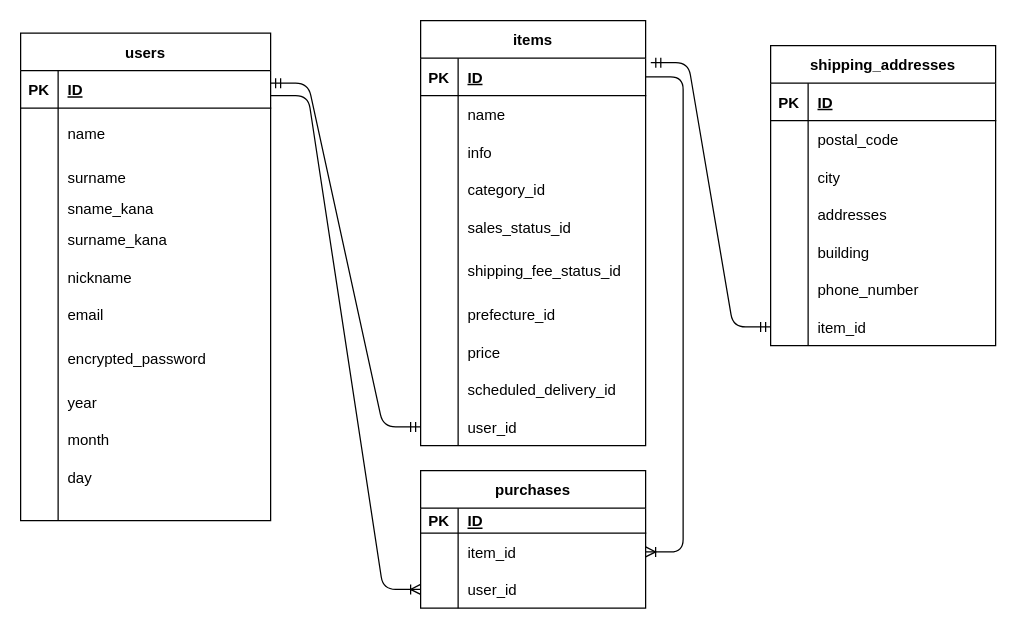
kuragekamaboko/furima-38998 keeps this draw.io diagram as db.dio. Above is the earlier version. Source tidied: cells renumbered, new cells numbered last; positions are measured from the earlier drawing's top-left corner, leaving out a move shared by most shapes. Both pictures are drawn from the tidied source at 125%, with x=0, y=0 at pixel (20, 20).
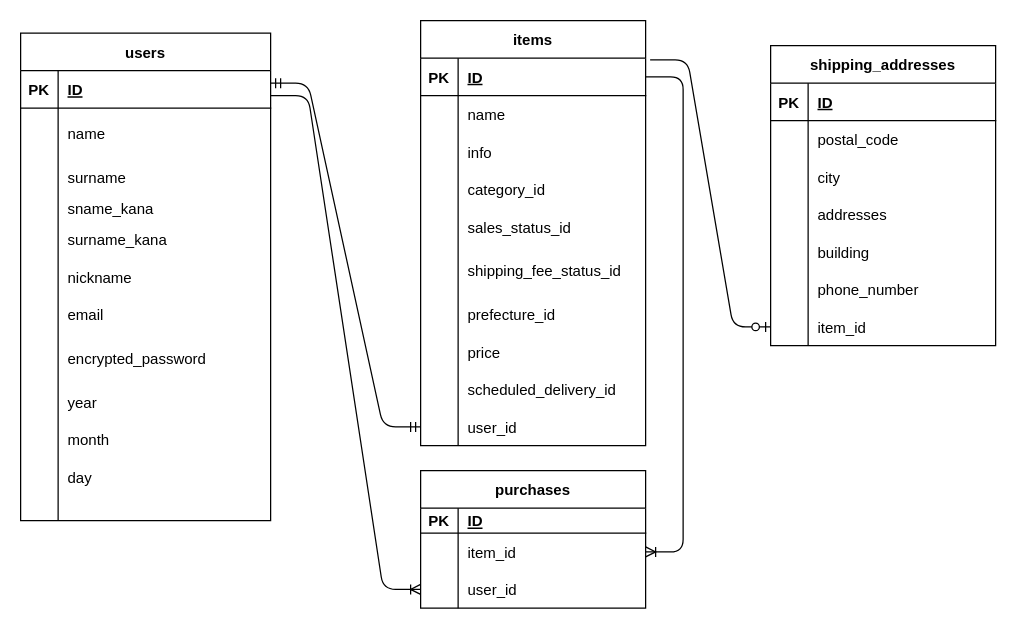
The same page after the edit.

The change refers to these unchanged cells:
```xml
<mxCell id="40" style="shape=tableRow;horizontal=0;startSize=0;swimlaneHead=0;swimlaneBody=0;fillColor=none;points=[[0,0.5],[1,0.5]];portConstraint=eastwest;top=0;left=0;right=0;bottom=1;" parent="39" vertex="1">
  <mxGeometry y="30" width="180" height="30" as="geometry" />
</mxCell>
<mxCell id="89" style="shape=tableRow;horizontal=0;startSize=0;swimlaneHead=0;swimlaneBody=0;fillColor=none;points=[[0,0.5],[1,0.5]];portConstraint=eastwest;top=0;left=0;right=0;bottom=0;" parent="70" vertex="1">
  <mxGeometry y="210" width="180" height="30" as="geometry" />
</mxCell>
```

The edit, as a diff of the source:
```diff
@@
-    <mxCell id="92" style="edgeStyle=entityRelationEdgeStyle;fontSize=12;html=1;endArrow=ERmandOne;startArrow=ERmandOne;entryX=1.023;entryY=0.121;entryDx=0;entryDy=0;entryPerimeter=0;" parent="1" edge="1" source="89" target="40">
-      <mxGeometry relative="1" as="geometry" />
-    </mxCell>
@@
+    <mxCell id="106" style="edgeStyle=entityRelationEdgeStyle;fontSize=12;html=1;endArrow=ERzeroToOne;endFill=1;entryX=0;entryY=0.5;entryDx=0;entryDy=0;exitX=1.02;exitY=0.044;exitDx=0;exitDy=0;exitPerimeter=0;" parent="1" edge="1" source="40" target="89">
+      <mxGeometry relative="1" as="geometry" />
+    </mxCell>
```
